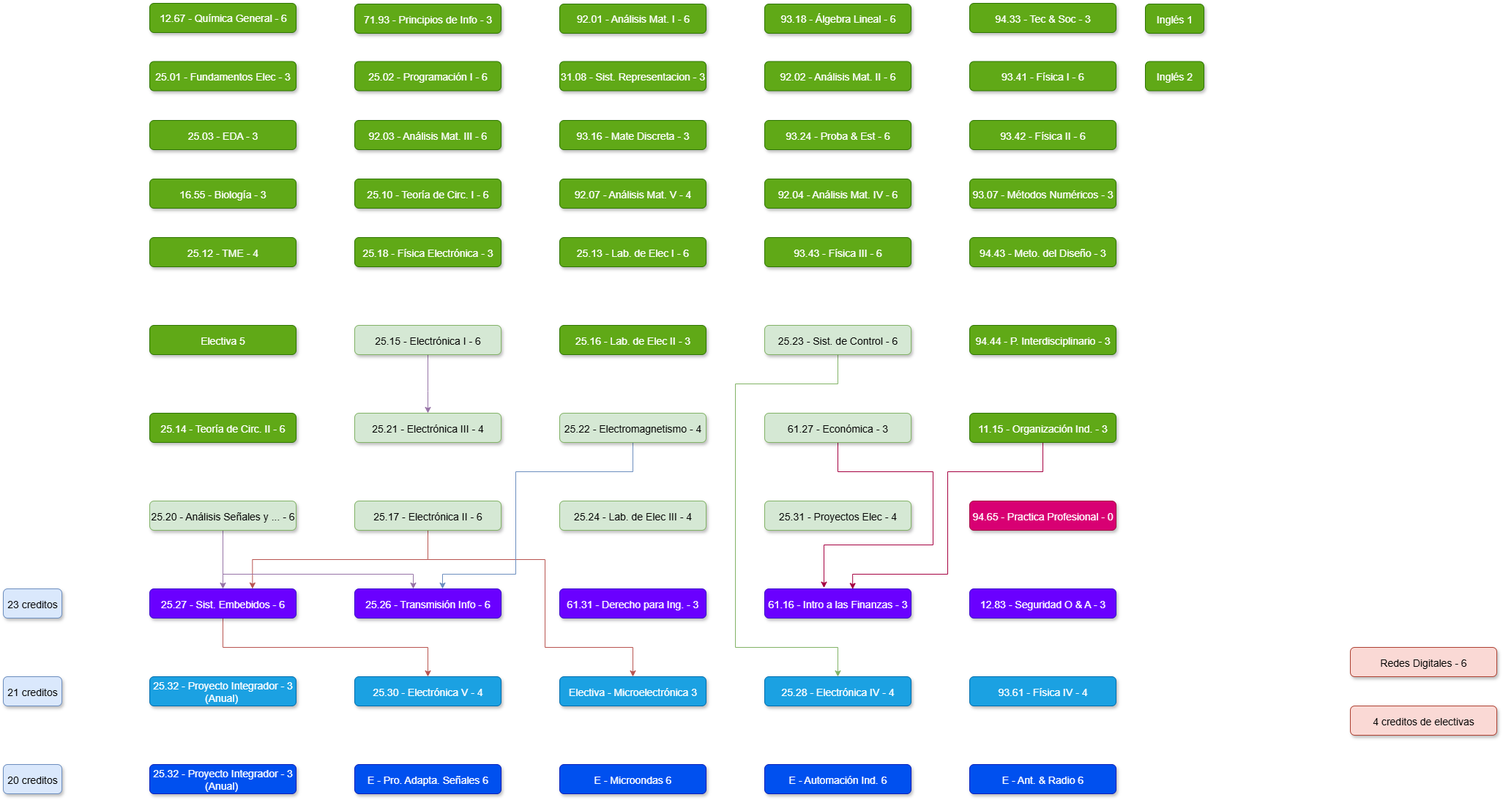
juanipla/K22 keeps this draw.io diagram as K22.drawio.png. Above is the earlier version. Source tidied: cells renumbered, new cells last; positions are measured from the earlier drawing's top-left corner, leaving out a move shared by most shapes.
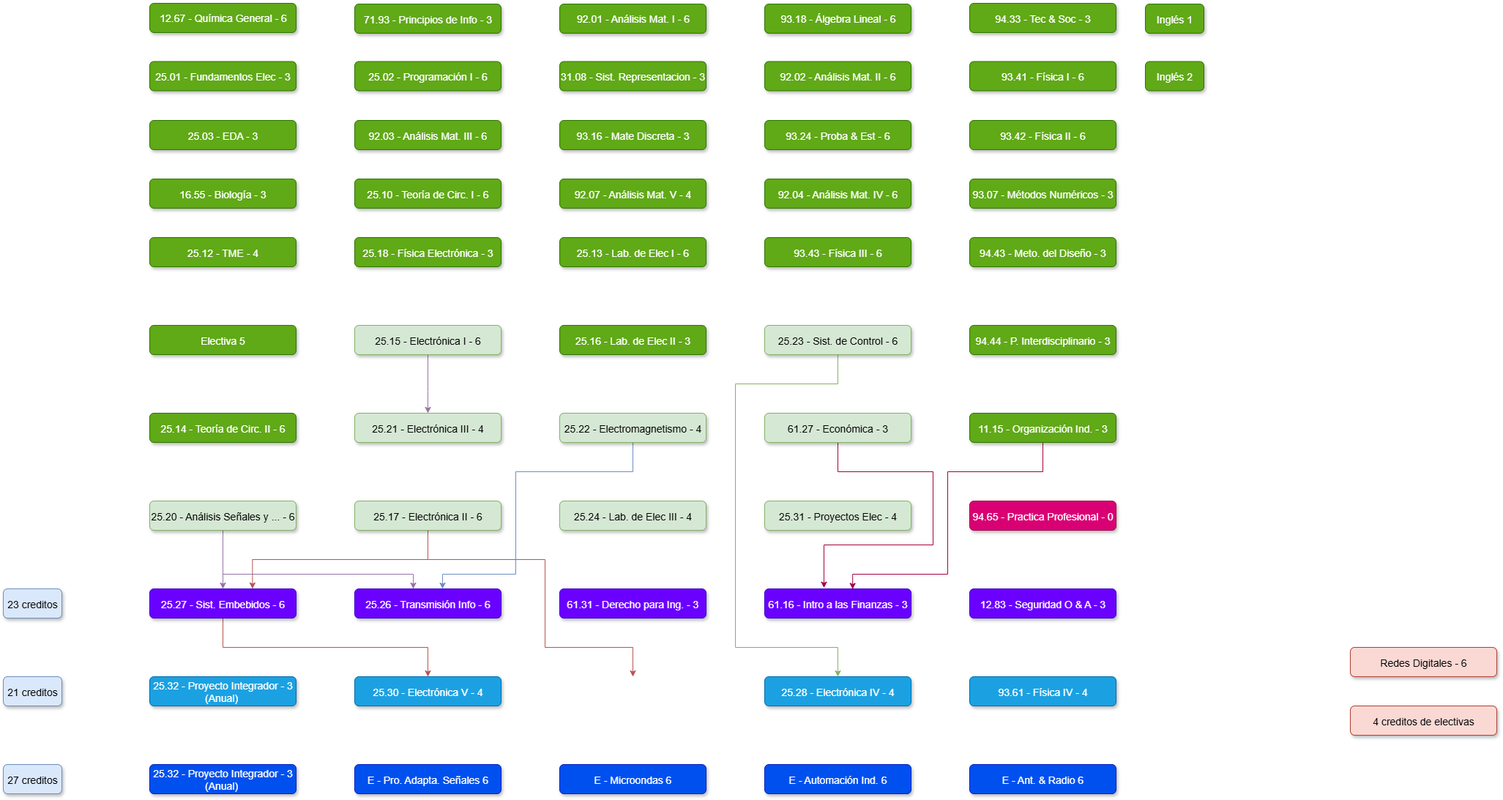
After the change.

Diff of the diagram source:
```diff
@@ -63,8 +63,9 @@
         </Array>
       </mxGeometry>
     </mxCell>
-    <mxCell id="19" style="edgeStyle=orthogonalEdgeStyle;rounded=0;jettySize=auto;html=1;entryX=0.5;entryY=0;entryDx=0;entryDy=0;fillColor=#f8cecc;strokeColor=#b85450;" parent="1" edge="1" source="20" target="63">
+    <mxCell id="19" style="edgeStyle=orthogonalEdgeStyle;rounded=0;jettySize=auto;html=1;entryX=0.5;entryY=0;entryDx=0;entryDy=0;fillColor=#f8cecc;strokeColor=#b85450;" parent="1" edge="1" source="20">
       <mxGeometry relative="1" as="geometry">
+        <mxPoint x="860" y="920" as="targetPoint" />
         <Array as="points">
           <mxPoint x="580" y="760" />
           <mxPoint x="740" y="760" />
@@ -241,9 +242,6 @@
     <mxCell id="62" value="Electiva 5" style="rounded=1;fillColor=#60a917;strokeColor=#2D7600;shadow=1;fontStyle=0;fontSize=14;labelBorderColor=none;labelBackgroundColor=none;verticalAlign=middle;fontColor=#ffffff;" parent="1" vertex="1">
       <mxGeometry x="200" y="440" width="200" height="40" as="geometry" />
     </mxCell>
-    <mxCell id="63" value="Electiva - Microelectrónica 3" style="rounded=1;fillColor=#1ba1e2;strokeColor=#006EAF;shadow=1;fontStyle=0;fontSize=14;labelBorderColor=none;labelBackgroundColor=none;verticalAlign=middle;fontColor=#ffffff;" parent="1" vertex="1">
-      <mxGeometry x="760" y="920" width="200" height="40" as="geometry" />
-    </mxCell>
     <mxCell id="64" value="E - Pro. Adapta. Señales 6" style="rounded=1;fillColor=#0050ef;strokeColor=#001DBC;shadow=1;fontStyle=0;fontSize=14;labelBorderColor=none;labelBackgroundColor=none;verticalAlign=middle;fontColor=#ffffff;" parent="1" vertex="1">
       <mxGeometry x="480" y="1040" width="200" height="40" as="geometry" />
     </mxCell>
@@ -265,7 +263,7 @@
     <mxCell id="70" value="21 creditos" style="rounded=1;fillColor=#dae8fc;strokeColor=#6c8ebf;shadow=1;fontStyle=0;fontSize=14;labelBorderColor=none;labelBackgroundColor=none;verticalAlign=middle;" parent="1" vertex="1">
       <mxGeometry y="920" width="80" height="40" as="geometry" />
     </mxCell>
-    <mxCell id="71" value="20 creditos" style="rounded=1;fillColor=#dae8fc;strokeColor=#6c8ebf;shadow=1;fontStyle=0;fontSize=14;labelBorderColor=none;labelBackgroundColor=none;verticalAlign=middle;" parent="1" vertex="1">
+    <mxCell id="71" value="27 creditos" style="rounded=1;fillColor=#dae8fc;strokeColor=#6c8ebf;shadow=1;fontStyle=0;fontSize=14;labelBorderColor=none;labelBackgroundColor=none;verticalAlign=middle;" parent="1" vertex="1">
       <mxGeometry y="1040" width="80" height="40" as="geometry" />
     </mxCell>
     <mxCell id="72" value="Redes Digitales - 6" style="rounded=1;fillColor=#fad9d5;strokeColor=#ae4132;shadow=1;fontStyle=0;fontSize=14;labelBorderColor=none;labelBackgroundColor=none;verticalAlign=middle;" parent="1" vertex="1">
```
